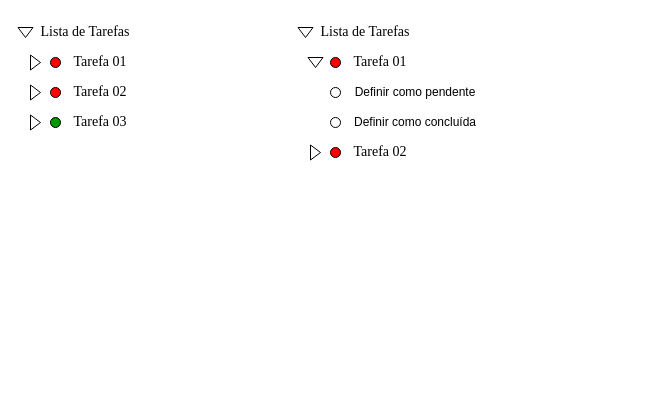
Earlier version of the draw.io diagram page "Protótipo" (3 of 3) of documents/DiagramasToDoList.drawio (FelipeECass/ToDoList_LabDS). Source tidied: cells renumbered, new cells numbered last; positions are measured from the earlier drawing's top-left corner, leaving out a move shared by most shapes. Both pictures are drawn from the tidied source at 100%, with x=0, y=0 at pixel (20, 17).
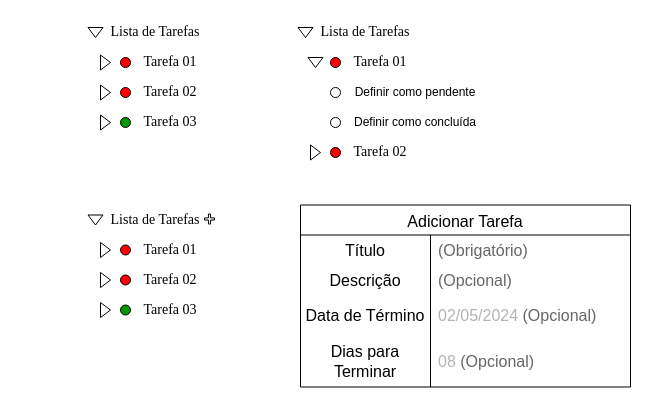
The same page after the edit.

Diff of the diagram source:
```diff
@@
     <mxCell id="2" value="Lista de Tarefas" style="text;html=1;align=center;verticalAlign=middle;whiteSpace=wrap;rounded=0;fontFamily=Times New Roman;fontSize=14;fontColor=#000000;" parent="1" vertex="1">
-      <mxGeometry x="10" width="110" height="30" as="geometry" />
+      <mxGeometry x="80" width="110" height="30" as="geometry" />
     </mxCell>
     <mxCell id="3" style="triangle;whiteSpace=wrap;html=1;rotation=90;fontFamily=Times New Roman;fontSize=14;fontColor=#FFFFFF;" parent="1" vertex="1">
-      <mxGeometry y="7.5" width="10" height="15" as="geometry" />
+      <mxGeometry x="70" y="7.5" width="10" height="15" as="geometry" />
     </mxCell>
     <mxCell id="4" value="Tarefa 01" style="text;html=1;align=center;verticalAlign=middle;whiteSpace=wrap;rounded=0;fontFamily=Times New Roman;fontSize=14;fontColor=#000000;" parent="1" vertex="1">
-      <mxGeometry x="50" y="30" width="60" height="30" as="geometry" />
+      <mxGeometry x="120" y="30" width="60" height="30" as="geometry" />
     </mxCell>
     <mxCell id="5" value="Tarefa 02" style="text;html=1;align=center;verticalAlign=middle;whiteSpace=wrap;rounded=0;fontFamily=Times New Roman;fontSize=14;fontColor=#000000;" parent="1" vertex="1">
-      <mxGeometry x="50" y="60" width="60" height="30" as="geometry" />
+      <mxGeometry x="120" y="60" width="60" height="30" as="geometry" />
     </mxCell>
     <mxCell id="6" value="Tarefa 03" style="text;html=1;align=center;verticalAlign=middle;whiteSpace=wrap;rounded=0;fontFamily=Times New Roman;fontSize=14;fontColor=#000000;" parent="1" vertex="1">
-      <mxGeometry x="50" y="90" width="60" height="30" as="geometry" />
+      <mxGeometry x="120" y="90" width="60" height="30" as="geometry" />
     </mxCell>
     <mxCell id="7" style="ellipse;whiteSpace=wrap;html=1;fillColor=#ff0000;fontFamily=Times New Roman;fontSize=14;fontColor=#000000;" parent="1" vertex="1">
-      <mxGeometry x="30" y="40" width="10" height="10" as="geometry" />
+      <mxGeometry x="100" y="40" width="10" height="10" as="geometry" />
     </mxCell>
     <mxCell id="8" style="ellipse;whiteSpace=wrap;html=1;fillColor=#ff0000;fontFamily=Times New Roman;fontSize=14;fontColor=#000000;" parent="1" vertex="1">
-      <mxGeometry x="30" y="70" width="10" height="10" as="geometry" />
+      <mxGeometry x="100" y="70" width="10" height="10" as="geometry" />
     </mxCell>
     <mxCell id="9" style="ellipse;whiteSpace=wrap;html=1;fillColor=#009900;fontFamily=Times New Roman;fontSize=14;fontColor=#000000;" parent="1" vertex="1">
-      <mxGeometry x="30" y="100" width="10" height="10" as="geometry" />
+      <mxGeometry x="100" y="100" width="10" height="10" as="geometry" />
     </mxCell>
     <mxCell id="10" style="triangle;whiteSpace=wrap;html=1;rotation=0;fontFamily=Times New Roman;fontSize=14;fontColor=#000000;" parent="1" vertex="1">
-      <mxGeometry x="10" y="37.5" width="10" height="15" as="geometry" />
+      <mxGeometry x="80" y="37.5" width="10" height="15" as="geometry" />
     </mxCell>
     <mxCell id="11" style="triangle;whiteSpace=wrap;html=1;rotation=0;fontFamily=Times New Roman;fontSize=14;fontColor=#000000;" parent="1" vertex="1">
-      <mxGeometry x="10" y="67.5" width="10" height="15" as="geometry" />
+      <mxGeometry x="80" y="67.5" width="10" height="15" as="geometry" />
     </mxCell>
     <mxCell id="12" style="triangle;whiteSpace=wrap;html=1;rotation=0;fontFamily=Times New Roman;fontSize=14;fontColor=#000000;" parent="1" vertex="1">
-      <mxGeometry x="10" y="97.5" width="10" height="15" as="geometry" />
+      <mxGeometry x="80" y="97.5" width="10" height="15" as="geometry" />
     </mxCell>
@@
+    <mxCell id="25" value="Lista de Tarefas" style="text;html=1;align=center;verticalAlign=middle;whiteSpace=wrap;rounded=0;fontFamily=Times New Roman;fontSize=14;fontColor=#000000;" parent="1" vertex="1">
+      <mxGeometry x="80" y="187.5" width="110" height="30" as="geometry" />
+    </mxCell>
+    <mxCell id="26" style="triangle;whiteSpace=wrap;html=1;rotation=90;fontFamily=Times New Roman;fontSize=14;fontColor=#FFFFFF;" parent="1" vertex="1">
+      <mxGeometry x="70" y="195" width="10" height="15" as="geometry" />
+    </mxCell>
+    <mxCell id="27" value="Tarefa 01" style="text;html=1;align=center;verticalAlign=middle;whiteSpace=wrap;rounded=0;fontFamily=Times New Roman;fontSize=14;fontColor=#000000;" parent="1" vertex="1">
+      <mxGeometry x="120" y="217.5" width="60" height="30" as="geometry" />
+    </mxCell>
+    <mxCell id="28" value="Tarefa 02" style="text;html=1;align=center;verticalAlign=middle;whiteSpace=wrap;rounded=0;fontFamily=Times New Roman;fontSize=14;fontColor=#000000;" parent="1" vertex="1">
+      <mxGeometry x="120" y="247.5" width="60" height="30" as="geometry" />
+    </mxCell>
+    <mxCell id="29" value="Tarefa 03" style="text;html=1;align=center;verticalAlign=middle;whiteSpace=wrap;rounded=0;fontFamily=Times New Roman;fontSize=14;fontColor=#000000;" parent="1" vertex="1">
+      <mxGeometry x="120" y="277.5" width="60" height="30" as="geometry" />
+    </mxCell>
+    <mxCell id="30" style="ellipse;whiteSpace=wrap;html=1;fillColor=#ff0000;fontFamily=Times New Roman;fontSize=14;fontColor=#000000;" parent="1" vertex="1">
+      <mxGeometry x="100" y="227.5" width="10" height="10" as="geometry" />
+    </mxCell>
+    <mxCell id="31" style="ellipse;whiteSpace=wrap;html=1;fillColor=#ff0000;fontFamily=Times New Roman;fontSize=14;fontColor=#000000;" parent="1" vertex="1">
+      <mxGeometry x="100" y="257.5" width="10" height="10" as="geometry" />
+    </mxCell>
+    <mxCell id="32" style="ellipse;whiteSpace=wrap;html=1;fillColor=#009900;fontFamily=Times New Roman;fontSize=14;fontColor=#000000;" parent="1" vertex="1">
+      <mxGeometry x="100" y="287.5" width="10" height="10" as="geometry" />
+    </mxCell>
+    <mxCell id="33" style="triangle;whiteSpace=wrap;html=1;rotation=0;fontFamily=Times New Roman;fontSize=14;fontColor=#000000;" parent="1" vertex="1">
+      <mxGeometry x="80" y="225" width="10" height="15" as="geometry" />
+    </mxCell>
+    <mxCell id="34" style="triangle;whiteSpace=wrap;html=1;rotation=0;fontFamily=Times New Roman;fontSize=14;fontColor=#000000;" parent="1" vertex="1">
+      <mxGeometry x="80" y="255" width="10" height="15" as="geometry" />
+    </mxCell>
+    <mxCell id="35" style="triangle;whiteSpace=wrap;html=1;rotation=0;fontFamily=Times New Roman;fontSize=14;fontColor=#000000;" parent="1" vertex="1">
+      <mxGeometry x="80" y="285" width="10" height="15" as="geometry" />
+    </mxCell>
+    <mxCell id="36" style="shape=cross;whiteSpace=wrap;html=1;size=0.21428571428571427;" parent="1" vertex="1">
+      <mxGeometry x="184" y="196.5" width="10" height="10" as="geometry" />
+    </mxCell>
+    <mxCell id="37" value="Adicionar Tarefa" style="shape=table;startSize=30;childLayout=tableLayout;rowLines=0;fontStyle=0;strokeColor=default;fontSize=16;" parent="1" vertex="1">
+      <mxGeometry x="280" y="187.5" width="330" height="182" as="geometry" />
+    </mxCell>
+    <mxCell id="38" style="shape=tableRow;horizontal=0;startSize=0;swimlaneHead=0;swimlaneBody=0;top=0;left=0;bottom=0;right=0;fillColor=none;strokeColor=inherit;fontSize=16;" parent="37" vertex="1">
+      <mxGeometry y="30" width="330" height="30" as="geometry" />
+    </mxCell>
+    <mxCell id="39" value="Título" style="shape=partialRectangle;html=1;whiteSpace=wrap;fillColor=none;top=0;left=0;bottom=0;right=0;overflow=hidden;strokeColor=inherit;fontSize=16;" parent="38" vertex="1">
+      <mxGeometry width="130" height="30" as="geometry" />
+    </mxCell>
+    <mxCell id="40" value="&lt;font color=&quot;#666666&quot;&gt;(Obrigatório)&lt;/font&gt;" style="shape=partialRectangle;html=1;whiteSpace=wrap;fillColor=none;top=0;left=0;bottom=0;right=0;align=left;spacingLeft=6;overflow=hidden;strokeColor=inherit;fontSize=16;" parent="38" vertex="1">
+      <mxGeometry x="130" width="200" height="30" as="geometry" />
+    </mxCell>
+    <mxCell id="41" style="shape=tableRow;horizontal=0;startSize=0;swimlaneHead=0;swimlaneBody=0;top=0;left=0;bottom=0;right=0;fillColor=none;strokeColor=inherit;fontSize=16;" parent="37" vertex="1">
+      <mxGeometry y="60" width="330" height="30" as="geometry" />
+    </mxCell>
+    <mxCell id="42" value="Descrição" style="shape=partialRectangle;html=1;whiteSpace=wrap;fillColor=none;top=0;left=0;bottom=0;right=0;overflow=hidden;strokeColor=inherit;fontSize=16;" parent="41" vertex="1">
+      <mxGeometry width="130" height="30" as="geometry" />
+    </mxCell>
+    <mxCell id="43" value="&lt;font color=&quot;#666666&quot;&gt;(Opcional)&lt;/font&gt;" style="shape=partialRectangle;html=1;whiteSpace=wrap;fillColor=none;top=0;left=0;bottom=0;right=0;align=left;spacingLeft=6;overflow=hidden;strokeColor=inherit;fontSize=16;" parent="41" vertex="1">
+      <mxGeometry x="130" width="200" height="30" as="geometry" />
+    </mxCell>
+    <mxCell id="44" style="shape=tableRow;horizontal=0;startSize=0;swimlaneHead=0;swimlaneBody=0;top=0;left=0;bottom=0;right=0;fillColor=none;strokeColor=inherit;fontSize=16;" parent="37" vertex="1">
+      <mxGeometry y="90" width="330" height="41" as="geometry" />
+    </mxCell>
+    <mxCell id="45" value="Data de Término" style="shape=partialRectangle;html=1;whiteSpace=wrap;fillColor=none;top=0;left=0;bottom=0;right=0;overflow=hidden;strokeColor=inherit;fontSize=16;" parent="44" vertex="1">
+      <mxGeometry width="130" height="41" as="geometry" />
+    </mxCell>
+    <mxCell id="46" value="&lt;font color=&quot;#b3b3b3&quot;&gt;02/05/2024&lt;/font&gt; &lt;font color=&quot;#666666&quot;&gt;(Opcional)&lt;/font&gt;" style="shape=partialRectangle;html=1;whiteSpace=wrap;fillColor=none;top=0;left=0;bottom=0;right=0;align=left;spacingLeft=6;overflow=hidden;strokeColor=inherit;fontSize=16;" parent="44" vertex="1">
+      <mxGeometry x="130" width="200" height="41" as="geometry" />
+    </mxCell>
+    <mxCell id="47" style="shape=tableRow;horizontal=0;startSize=0;swimlaneHead=0;swimlaneBody=0;top=0;left=0;bottom=0;right=0;fillColor=none;strokeColor=inherit;fontSize=16;" parent="37" vertex="1">
+      <mxGeometry y="131" width="330" height="51" as="geometry" />
+    </mxCell>
+    <mxCell id="48" value="Dias para Terminar" style="shape=partialRectangle;html=1;whiteSpace=wrap;fillColor=none;top=0;left=0;bottom=0;right=0;overflow=hidden;strokeColor=inherit;fontSize=16;" parent="47" vertex="1">
+      <mxGeometry width="130" height="51" as="geometry" />
+    </mxCell>
+    <mxCell id="49" value="&lt;font color=&quot;#b3b3b3&quot;&gt;08&lt;/font&gt; &lt;font color=&quot;#666666&quot;&gt;(Opcional)&lt;/font&gt;" style="shape=partialRectangle;html=1;whiteSpace=wrap;fillColor=none;top=0;left=0;bottom=0;right=0;align=left;spacingLeft=6;overflow=hidden;strokeColor=inherit;fontSize=16;" parent="47" vertex="1">
+      <mxGeometry x="130" width="200" height="51" as="geometry" />
+    </mxCell>
```
